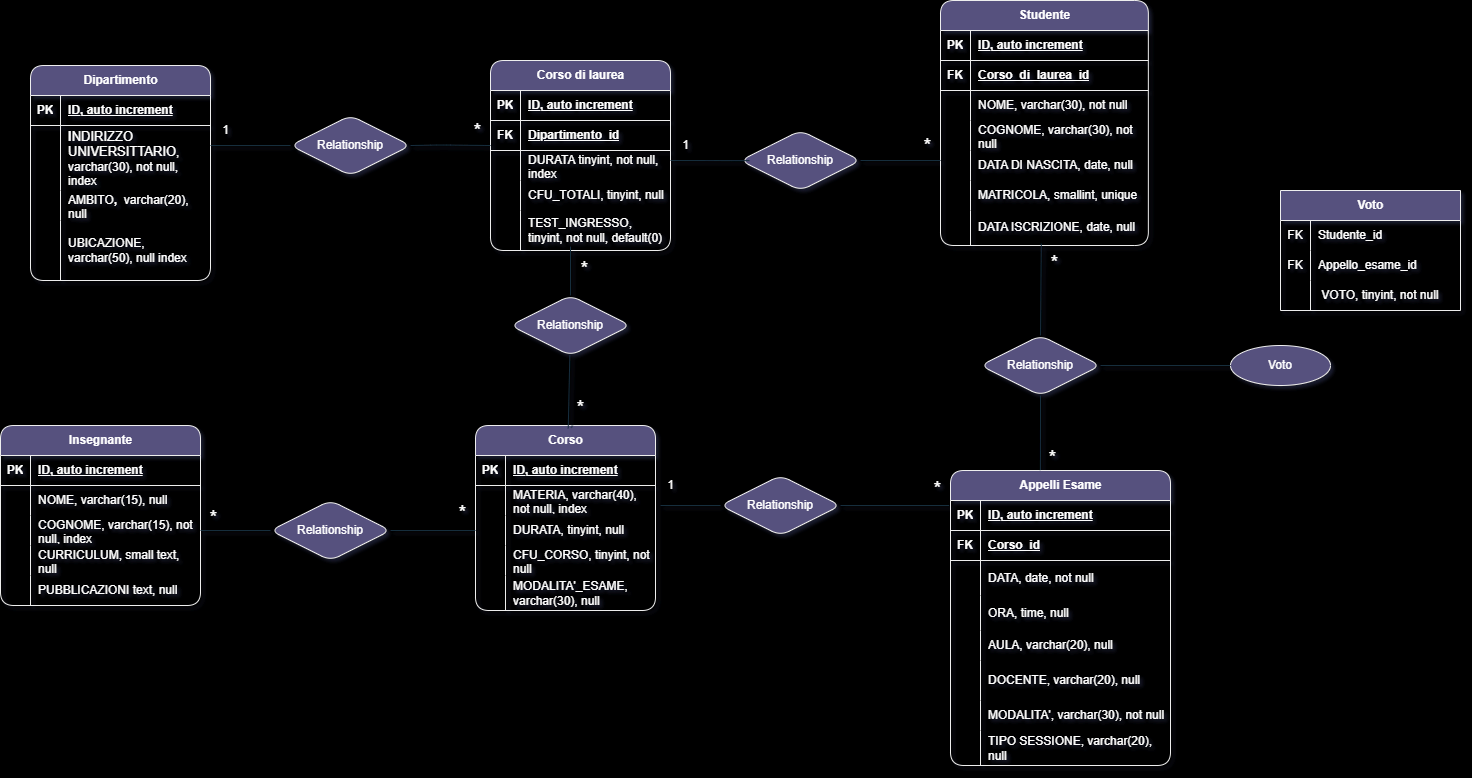
Above: db-university.png in AntonelloStefania/db-university (draw.io), before the change. Source tidied: cells renumbered, new cells last; positions are measured from the earlier drawing's top-left corner, leaving out a move shared by most shapes.
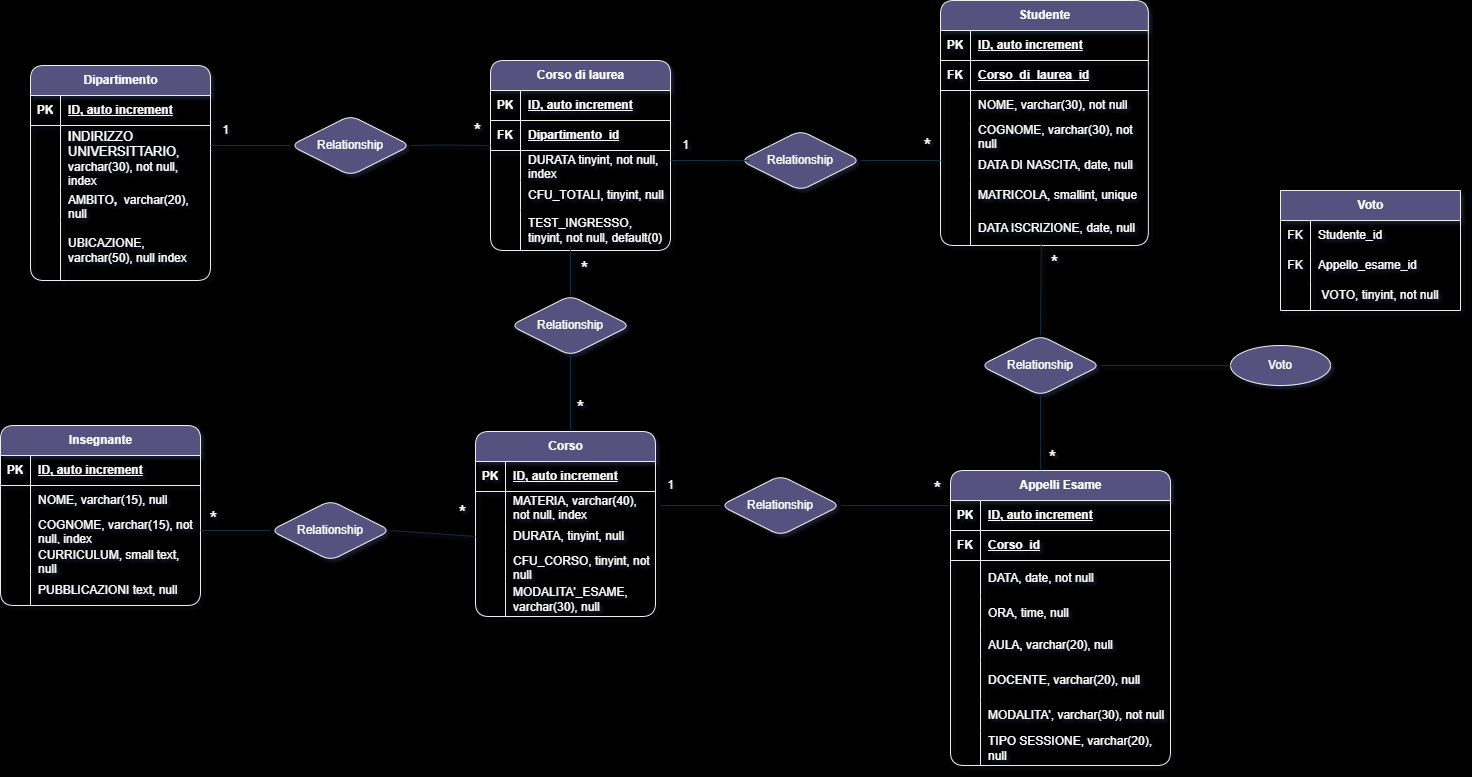
Above is the later version.

The edit, as a diff of the source:
```diff
@@ -111,7 +111,7 @@
       <mxGeometry x="210" y="115" width="30" height="30" as="geometry" />
     </mxCell>
     <mxCell id="35" value="Corso" style="shape=table;startSize=30;rowLines=0;fontStyle=1;align=center;html=1;labelBackgroundColor=none;rounded=1;fillColor=#56517E;strokeColor=#EEEEEE;fontColor=#FFFFFF;" parent="1" vertex="1">
-      <mxGeometry x="475" y="425" width="180" height="185" as="geometry" />
+      <mxGeometry x="475" y="431" width="180" height="185" as="geometry" />
     </mxCell>
     <mxCell id="36" style="shape=tableRow;horizontal=0;startSize=0;swimlaneHead=0;swimlaneBody=0;fillColor=none;top=0;left=0;right=0;bottom=1;labelBackgroundColor=none;rounded=1;strokeColor=#EEEEEE;fontColor=#FFFFFF;" parent="35" vertex="1">
       <mxGeometry y="30" width="180" height="30" as="geometry" />
@@ -158,8 +158,10 @@
     <mxCell id="50" value="MODALITA'_ESAME, varchar(30), null" style="shape=partialRectangle;fillColor=none;top=0;left=0;bottom=0;right=0;align=left;spacingLeft=6;overflow=hidden;whiteSpace=wrap;html=1;labelBackgroundColor=none;rounded=1;strokeColor=#EEEEEE;fontColor=#FFFFFF;" parent="48" vertex="1">
       <mxGeometry x="30" width="150" height="35" as="geometry" />
     </mxCell>
-    <mxCell id="51" style="endArrow=none;html=1;rounded=1;labelBackgroundColor=none;fontColor=default;exitX=0.028;exitY=1.079;exitDx=0;exitDy=0;exitPerimeter=0;strokeColor=#182E3E;" parent="1" edge="1" source="149" target="52">
-      <mxGeometry relative="1" as="geometry" />
+    <mxCell id="51" style="endArrow=none;html=1;rounded=1;labelBackgroundColor=none;fontColor=default;strokeColor=#182E3E;" parent="1" edge="1" target="52">
+      <mxGeometry relative="1" as="geometry">
+        <mxPoint x="570" y="430" as="sourcePoint" />
+      </mxGeometry>
     </mxCell>
     <mxCell id="52" value="Relationship" style="shape=rhombus;perimeter=rhombusPerimeter;whiteSpace=wrap;html=1;align=center;labelBackgroundColor=none;rounded=1;fillColor=#56517E;strokeColor=#EEEEEE;fontColor=#FFFFFF;" parent="1" vertex="1">
       <mxGeometry x="510" y="295" width="120" height="60" as="geometry" />
@@ -307,11 +309,6 @@
     <mxCell id="99" style="endArrow=none;html=1;rounded=1;entryX=-0.006;entryY=0.167;entryDx=0;entryDy=0;entryPerimeter=0;exitX=1;exitY=0.5;exitDx=0;exitDy=0;labelBackgroundColor=none;fontColor=default;strokeColor=#182E3E;" parent="1" edge="1" source="98" target="74">
       <mxGeometry relative="1" as="geometry" />
     </mxCell>
-    <mxCell id="100" style="edgeStyle=orthogonalEdgeStyle;rounded=1;jettySize=auto;html=1;exitX=1;exitY=0.5;exitDx=0;exitDy=0;labelBackgroundColor=none;fontColor=default;strokeColor=#182E3E;" parent="1" edge="1" source="39">
-      <mxGeometry relative="1" as="geometry">
-        <mxPoint x="655" y="500" as="targetPoint" />
-      </mxGeometry>
-    </mxCell>
     <mxCell id="101" style="endArrow=none;html=1;rounded=1;exitX=0;exitY=0.5;exitDx=0;exitDy=0;labelBackgroundColor=none;fontColor=default;strokeColor=#182E3E;" parent="1" edge="1" source="98">
       <mxGeometry relative="1" as="geometry">
         <mxPoint x="660" y="505" as="targetPoint" />
@@ -465,11 +462,6 @@
     <mxCell id="147" value="*" style="text;html=1;align=center;verticalAlign=middle;strokeColor=none;fillColor=none;labelBackgroundColor=none;rounded=1;fontSize=20;fontColor=#FFFFFF;" parent="1" vertex="1">
       <mxGeometry x="914" y="127" width="26" height="36" as="geometry" />
     </mxCell>
-    <mxCell id="148" style="endArrow=none;html=1;rounded=1;labelBackgroundColor=none;fontColor=default;exitX=0.028;exitY=1.079;exitDx=0;exitDy=0;exitPerimeter=0;strokeColor=#182E3E;" parent="1" edge="1" target="149">
-      <mxGeometry relative="1" as="geometry">
-        <mxPoint x="570.8" y="427.4" as="sourcePoint" />
-      </mxGeometry>
-    </mxCell>
     <mxCell id="149" value="*" style="text;html=1;align=center;verticalAlign=middle;points=[];strokeColor=none;fillColor=none;labelBackgroundColor=none;rounded=1;fontSize=20;fontColor=#FFFFFF;" parent="1" vertex="1">
       <mxGeometry x="567" y="389" width="26" height="36" as="geometry" />
     </mxCell>
```
